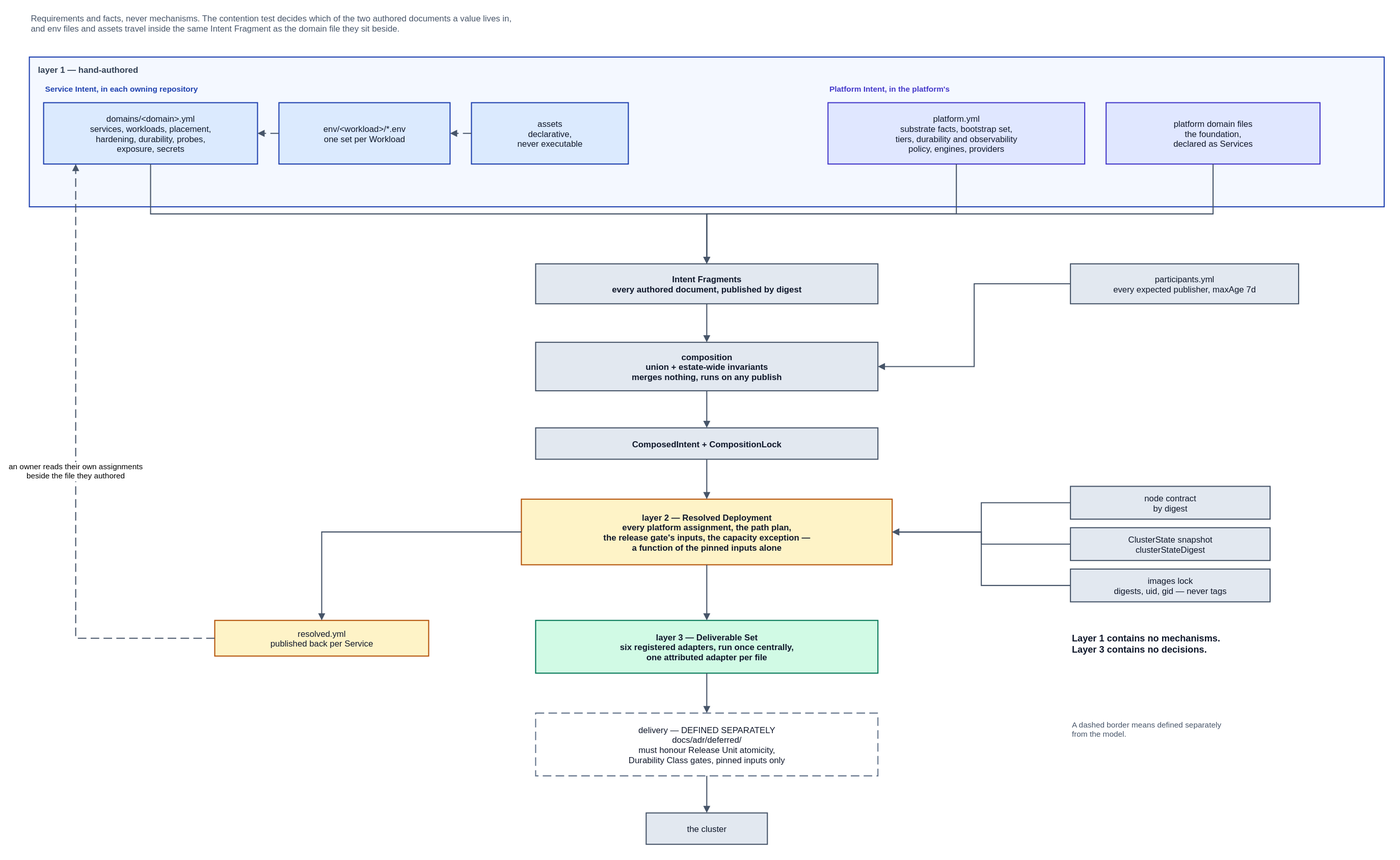
Before: spec/v1/diagrams/00-overview-meta-model.drawio.svg, a diagram exported from draw.io (JorisJonkers-dev/deploy-kit). Source tidied: cells renumbered, new cells last; positions are measured from the earlier drawing's top-left corner, leaving out a move shared by most shapes.
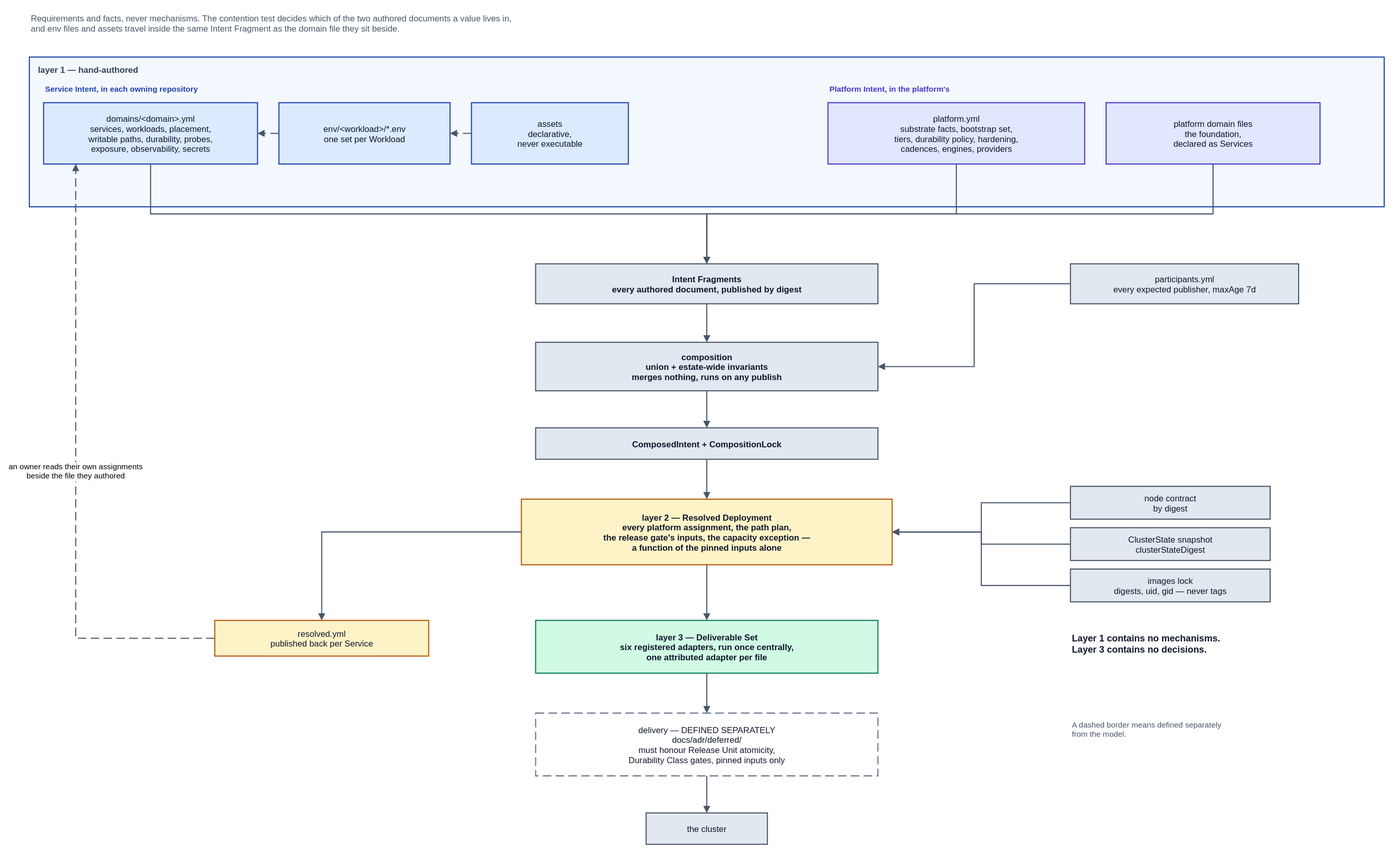
Later version of the same file.

Diff of the diagram source:
```diff
@@ -14,7 +14,7 @@
     <mxCell id="5" value="Platform Intent, in the platform's" style="text;html=0;strokeColor=none;fillColor=none;align=left;verticalAlign=middle;fontFamily=Helvetica;fontSize=11;fontColor=#4338ca;fontStyle=1;" parent="1" vertex="1">
       <mxGeometry x="1120" y="104" width="560" height="20" as="geometry" />
     </mxCell>
-    <mxCell id="6" value="domains/&lt;domain&gt;.yml&#10;services, workloads, placement,&#10;hardening, durability, probes,&#10;exposure, secrets" style="rounded=0;whiteSpace=nowrap;html=0;align=center;verticalAlign=middle;fillColor=#dbeafe;strokeColor=#1e40af;strokeWidth=1.5;fontFamily=Helvetica;fontSize=12;fontColor=#0f172a;" parent="1" vertex="1">
+    <mxCell id="6" value="domains/&lt;domain&gt;.yml&#10;services, workloads, placement,&#10;writable paths, durability, probes,&#10;exposure, observability, secrets" style="rounded=0;whiteSpace=nowrap;html=0;align=center;verticalAlign=middle;fillColor=#dbeafe;strokeColor=#1e40af;strokeWidth=1.5;fontFamily=Helvetica;fontSize=12;fontColor=#0f172a;" parent="1" vertex="1">
       <mxGeometry x="20" y="134" width="300" height="86" as="geometry" />
     </mxCell>
     <mxCell id="7" value="env/&lt;workload&gt;/*.env&#10;one set per Workload" style="rounded=0;whiteSpace=nowrap;html=0;align=center;verticalAlign=middle;fillColor=#dbeafe;strokeColor=#1e40af;strokeWidth=1.5;fontFamily=Helvetica;fontSize=12;fontColor=#0f172a;" parent="1" vertex="1">
@@ -23,7 +23,7 @@
     <mxCell id="8" value="assets&#10;declarative,&#10;never executable" style="rounded=0;whiteSpace=nowrap;html=0;align=center;verticalAlign=middle;fillColor=#dbeafe;strokeColor=#1e40af;strokeWidth=1.5;fontFamily=Helvetica;fontSize=12;fontColor=#0f172a;" parent="1" vertex="1">
       <mxGeometry x="620" y="134" width="220" height="86" as="geometry" />
     </mxCell>
-    <mxCell id="9" value="platform.yml&#10;substrate facts, bootstrap set,&#10;tiers, durability and observability&#10;policy, engines, providers" style="rounded=0;whiteSpace=nowrap;html=0;align=center;verticalAlign=middle;fillColor=#e0e7ff;strokeColor=#4338ca;strokeWidth=1.5;fontFamily=Helvetica;fontSize=12;fontColor=#0f172a;" parent="1" vertex="1">
+    <mxCell id="9" value="platform.yml&#10;substrate facts, bootstrap set,&#10;tiers, durability policy, hardening,&#10;cadences, engines, providers" style="rounded=0;whiteSpace=nowrap;html=0;align=center;verticalAlign=middle;fillColor=#e0e7ff;strokeColor=#4338ca;strokeWidth=1.5;fontFamily=Helvetica;fontSize=12;fontColor=#0f172a;" parent="1" vertex="1">
       <mxGeometry x="1120" y="134" width="360" height="86" as="geometry" />
     </mxCell>
     <mxCell id="10" value="platform domain files&#10;the foundation,&#10;declared as Services" style="rounded=0;whiteSpace=nowrap;html=0;align=center;verticalAlign=middle;fillColor=#e0e7ff;strokeColor=#4338ca;strokeWidth=1.5;fontFamily=Helvetica;fontSize=12;fontColor=#0f172a;" parent="1" vertex="1">
```
